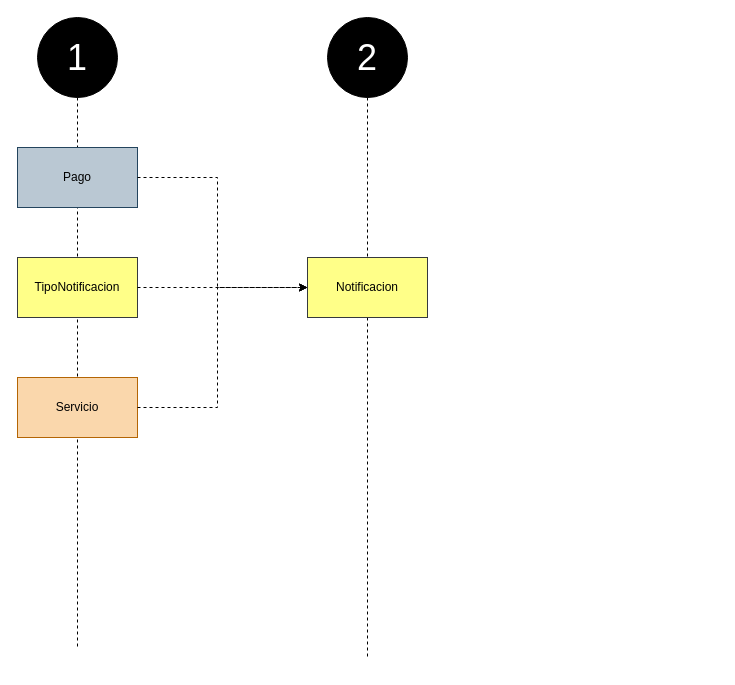
Above: page "Flujo de eventos" (1 of 3) of SpaOnline/EventStorming/Notificacion - Event Storming.drawio in cristianospina/DOO (draw.io), before the change. Source tidied: cells renumbered, new cells numbered last; positions are measured from the earlier drawing's top-left corner, leaving out a move shared by most shapes. Both pictures are drawn from the tidied source at 100%, with x=0, y=0 at pixel (17, 17).
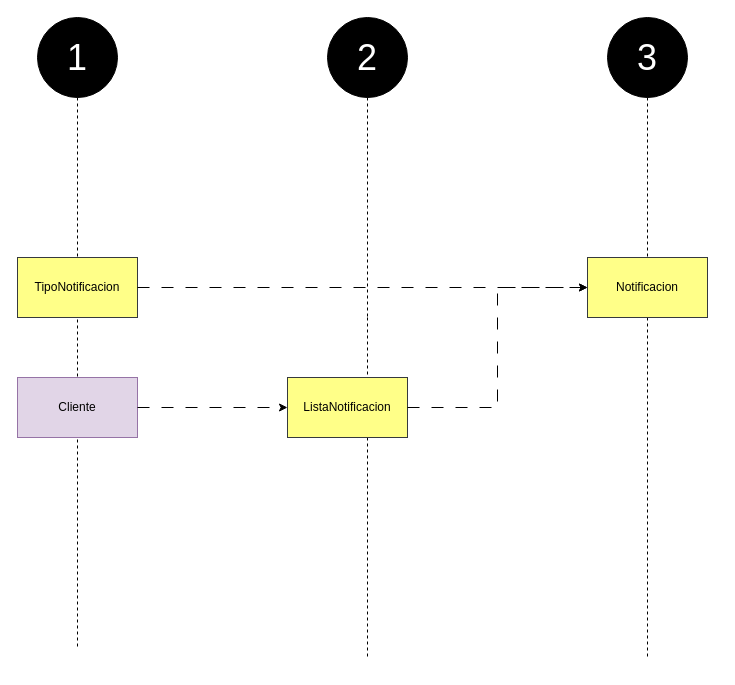
After the change.

The change refers to these unchanged cells:
```xml
<mxCell id="2" style="group;" parent="1" vertex="1">
  <mxGeometry x="20" width="120" height="630" as="geometry" />
</mxCell>
<mxCell id="7" value="TipoNotificacion" style="rounded=0;whiteSpace=wrap;html=1;fillColor=#ffff88;strokeColor=#36393d;" parent="2" vertex="1">
  <mxGeometry x="-20" y="240" width="120" height="60" as="geometry" />
</mxCell>
<mxCell id="8" style="group;" parent="1" vertex="1">
  <mxGeometry x="310" width="110" height="650" as="geometry" />
</mxCell>
<mxCell id="9" value="&lt;font color=&quot;#ffffff&quot; style=&quot;font-size: 36px;&quot;&gt;2&lt;/font&gt;" style="ellipse;whiteSpace=wrap;html=1;fillColor=#000000;" parent="8" vertex="1">
  <mxGeometry width="80" height="80" as="geometry" />
</mxCell>
```

Change to the diagram source:
```diff
@@
-    <mxCell id="5" value="Pago&lt;br&gt;" style="rounded=0;whiteSpace=wrap;html=1;fillColor=#bac8d3;strokeColor=#23445d;" parent="2" vertex="1">
-      <mxGeometry x="-20" y="130" width="120" height="60" as="geometry" />
-    </mxCell>
-    <mxCell id="6" value="Servicio" style="rounded=0;whiteSpace=wrap;html=1;fillColor=#fad7ac;strokeColor=#b46504;" parent="2" vertex="1">
-      <mxGeometry x="-20" y="360" width="120" height="60" as="geometry" />
-    </mxCell>
@@
+    <mxCell id="16" value="Cliente" style="rounded=0;whiteSpace=wrap;html=1;fillColor=#e1d5e7;strokeColor=#9673a6;" parent="2" vertex="1">
+      <mxGeometry x="-20" y="360" width="120" height="60" as="geometry" />
+    </mxCell>
@@
     <mxCell id="11" style="edgeStyle=orthogonalEdgeStyle;rounded=0;jettySize=auto;html=1;endArrow=none;endFill=0;dashed=1;" parent="8" edge="1" source="9">
       <mxGeometry relative="1" as="geometry">
-        <mxPoint x="40" y="240" as="targetPoint" />
+        <mxPoint x="40" y="300" as="targetPoint" />
       </mxGeometry>
     </mxCell>
-    <mxCell id="12" value="Notificacion" style="rounded=0;whiteSpace=wrap;html=1;fillColor=#ffff88;strokeColor=#36393d;" parent="8" vertex="1">
-      <mxGeometry x="-20" y="240" width="120" height="60" as="geometry" />
+    <mxCell id="12" value="ListaNotificacion" style="rounded=0;whiteSpace=wrap;html=1;fillColor=#ffff88;strokeColor=#36393d;" parent="8" vertex="1">
+      <mxGeometry x="-40" y="360" width="120" height="60" as="geometry" />
     </mxCell>
-    <mxCell id="13" style="edgeStyle=orthogonalEdgeStyle;rounded=0;orthogonalLoop=1;jettySize=auto;html=1;entryX=0;entryY=0.5;entryDx=0;entryDy=0;dashed=1;" parent="1" edge="1">
-      <mxGeometry relative="1" as="geometry">
-        <mxPoint x="120" y="390" as="sourcePoint" />
-        <mxPoint x="290" y="270" as="targetPoint" />
-        <Array as="points">
-          <mxPoint x="200" y="390" />
-          <mxPoint x="200" y="270" />
-        </Array>
-      </mxGeometry>
-    </mxCell>
-    <mxCell id="14" style="edgeStyle=orthogonalEdgeStyle;rounded=0;orthogonalLoop=1;jettySize=auto;html=1;dashed=1;" parent="1" edge="1">
-      <mxGeometry relative="1" as="geometry">
-        <mxPoint x="120" y="160" as="sourcePoint" />
-        <mxPoint x="290" y="270" as="targetPoint" />
-        <Array as="points">
-          <mxPoint x="200" y="160" />
-          <mxPoint x="200" y="270" />
-        </Array>
-      </mxGeometry>
-    </mxCell>
-    <mxCell id="15" style="edgeStyle=orthogonalEdgeStyle;rounded=0;jettySize=auto;html=1;dashed=1;" parent="1" edge="1" source="7" target="12">
-      <mxGeometry relative="1" as="geometry" />
-    </mxCell>
+    <mxCell id="17" style="group;" parent="1" vertex="1">
+      <mxGeometry x="590" width="110" height="650" as="geometry" />
+    </mxCell>
+    <mxCell id="18" value="&lt;font color=&quot;#ffffff&quot; style=&quot;font-size: 36px;&quot;&gt;3&lt;/font&gt;" style="ellipse;whiteSpace=wrap;html=1;fillColor=#000000;" parent="17" vertex="1">
+      <mxGeometry width="80" height="80" as="geometry" />
+    </mxCell>
+    <mxCell id="19" style="edgeStyle=orthogonalEdgeStyle;rounded=0;orthogonalLoop=1;jettySize=auto;html=1;endArrow=none;endFill=0;dashed=1;" parent="17" edge="1">
+      <mxGeometry relative="1" as="geometry">
+        <mxPoint x="40" y="300" as="sourcePoint" />
+        <mxPoint x="40" y="640" as="targetPoint" />
+      </mxGeometry>
+    </mxCell>
+    <mxCell id="20" style="edgeStyle=orthogonalEdgeStyle;rounded=0;jettySize=auto;html=1;endArrow=none;endFill=0;dashed=1;" parent="17" edge="1" source="18">
+      <mxGeometry relative="1" as="geometry">
+        <mxPoint x="40" y="240" as="targetPoint" />
+      </mxGeometry>
+    </mxCell>
+    <mxCell id="21" value="Notificacion" style="rounded=0;whiteSpace=wrap;html=1;fillColor=#ffff88;strokeColor=#36393d;" parent="17" vertex="1">
+      <mxGeometry x="-20" y="240" width="120" height="60" as="geometry" />
+    </mxCell>
+    <mxCell id="22" style="edgeStyle=orthogonalEdgeStyle;rounded=0;jettySize=auto;html=1;exitX=1;exitY=0.5;exitDx=0;exitDy=0;entryX=0;entryY=0.5;entryDx=0;entryDy=0;dashed=1;dashPattern=12 12;" parent="1" edge="1" source="12" target="21">
+      <mxGeometry relative="1" as="geometry" />
+    </mxCell>
+    <mxCell id="23" style="edgeStyle=orthogonalEdgeStyle;rounded=0;jettySize=auto;html=1;exitX=1;exitY=0.5;exitDx=0;exitDy=0;dashed=1;dashPattern=12 12;" parent="1" edge="1" source="16" target="12">
+      <mxGeometry relative="1" as="geometry" />
+    </mxCell>
+    <mxCell id="24" style="edgeStyle=orthogonalEdgeStyle;rounded=0;jettySize=auto;html=1;entryX=0;entryY=0.5;entryDx=0;entryDy=0;dashed=1;dashPattern=12 12;" parent="1" edge="1" source="7" target="21">
+      <mxGeometry relative="1" as="geometry" />
+    </mxCell>
```
